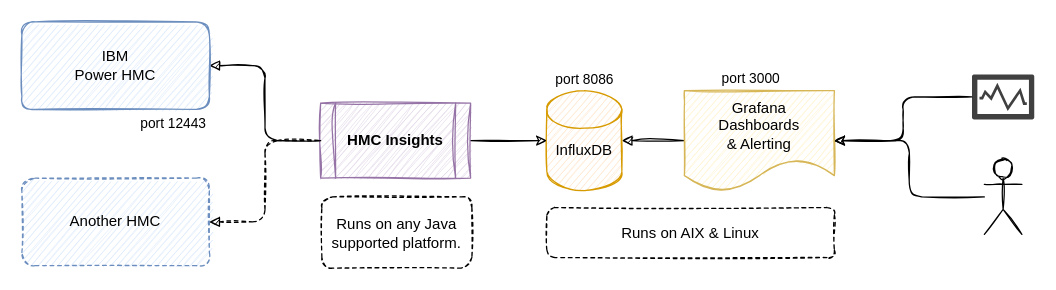
Before: doc/HMCi.drawio in mnellemann/hmci, a draw.io diagram. Source tidied: cells renumbered, new cells numbered last; positions are measured from the earlier drawing's top-left corner, leaving out a move shared by most shapes. Both pictures are drawn from the tidied source at 125%, with x=0, y=0 at pixel (21, 21).
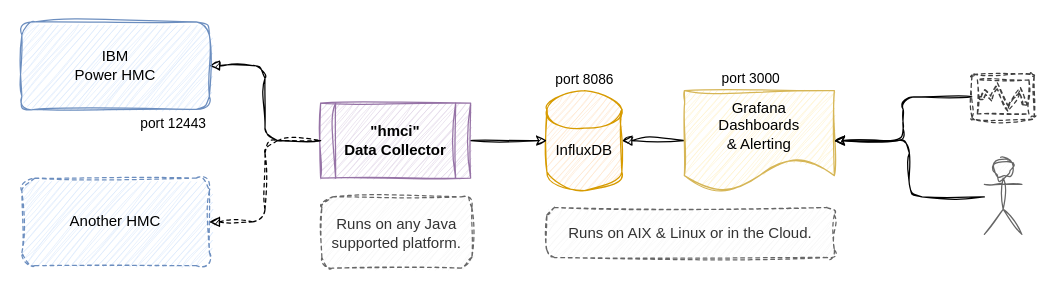
The same page after the edit.

What changed in the source:
```diff
@@
-<mxGraphModel>
+<mxGraphModel background="#FFFFFF">
@@
-    <mxCell id="2" style="edgeStyle=orthogonalEdgeStyle;rounded=1;jettySize=auto;html=1;sketch=1;endArrow=none;endFill=0;startArrow=block;startFill=1;" parent="1" edge="1" source="3" target="6">
+    <mxCell id="2" style="edgeStyle=orthogonalEdgeStyle;rounded=1;jettySize=auto;html=1;sketch=1;endArrow=none;endFill=0;startArrow=block;startFill=1;curveFitting=1;jiggle=2;strokeColor=#000000;" parent="1" edge="1" source="3" target="6">
       <mxGeometry relative="1" as="geometry" />
     </mxCell>
-    <mxCell id="3" value="&lt;br&gt;InfluxDB" style="shape=cylinder2;whiteSpace=wrap;html=1;boundedLbl=1;backgroundOutline=1;size=15;fillColor=#ffe6cc;strokeColor=#d79b00;sketch=1;" parent="1" vertex="1">
+    <mxCell id="3" value="&lt;br&gt;InfluxDB" style="shape=cylinder2;whiteSpace=wrap;html=1;boundedLbl=1;backgroundOutline=1;size=15;fillColor=#ffe6cc;strokeColor=#d79b00;sketch=1;curveFitting=1;jiggle=2;fontColor=#000000;" parent="1" vertex="1">
       <mxGeometry x="420" y="55" width="60" height="80" as="geometry" />
     </mxCell>
-    <mxCell id="4" style="edgeStyle=orthogonalEdgeStyle;rounded=1;jettySize=auto;html=1;sketch=1;" parent="1" edge="1" source="5" target="3">
+    <mxCell id="4" style="edgeStyle=orthogonalEdgeStyle;rounded=1;jettySize=auto;html=1;sketch=1;curveFitting=1;jiggle=2;strokeColor=#000000;" parent="1" edge="1" source="5" target="3">
       <mxGeometry relative="1" as="geometry" />
     </mxCell>
-    <mxCell id="5" value="&lt;div&gt;&lt;b&gt;HMC Insights&lt;/b&gt;&lt;/div&gt;" style="shape=process;whiteSpace=wrap;html=1;backgroundOutline=1;fillColor=#e1d5e7;strokeColor=#9673a6;shadow=0;glass=0;rounded=0;gradientColor=none;sketch=1;curveFitting=1;jiggle=2;labelBackgroundColor=none;labelBorderColor=none;" parent="1" vertex="1">
+    <mxCell id="5" value="&lt;div&gt;&lt;b&gt;&quot;hmci&quot;&lt;/b&gt;&lt;/div&gt;&lt;div&gt;&lt;b&gt;Data Collector&lt;/b&gt;&lt;/div&gt;" style="shape=process;whiteSpace=wrap;html=1;backgroundOutline=1;fillColor=#e1d5e7;strokeColor=#9673a6;shadow=0;glass=0;rounded=0;gradientColor=none;sketch=1;curveFitting=1;jiggle=2;labelBackgroundColor=none;labelBorderColor=none;fontColor=#000000;" parent="1" vertex="1">
       <mxGeometry x="239" y="65" width="120" height="60" as="geometry" />
     </mxCell>
-    <mxCell id="6" value="&lt;div&gt;Grafana&lt;/div&gt;&lt;div&gt;Dashboards&lt;/div&gt;&lt;div&gt;&amp;amp; Alerting&lt;br&gt;&lt;/div&gt;" style="shape=document;whiteSpace=wrap;html=1;boundedLbl=1;fillColor=#fff2cc;strokeColor=#d6b656;sketch=1;" parent="1" vertex="1">
+    <mxCell id="6" value="&lt;div&gt;Grafana&lt;/div&gt;&lt;div&gt;Dashboards&lt;/div&gt;&lt;div&gt;&amp;amp; Alerting&lt;br&gt;&lt;/div&gt;" style="shape=document;whiteSpace=wrap;html=1;boundedLbl=1;fillColor=#fff2cc;strokeColor=#d6b656;sketch=1;curveFitting=1;jiggle=2;fontColor=#000000;" parent="1" vertex="1">
       <mxGeometry x="530" y="55" width="120" height="80" as="geometry" />
     </mxCell>
-    <mxCell id="7" style="edgeStyle=orthogonalEdgeStyle;rounded=1;jettySize=auto;html=1;sketch=1;startArrow=block;startFill=1;endArrow=none;endFill=0;" parent="1" edge="1" source="9" target="5">
+    <mxCell id="7" style="edgeStyle=orthogonalEdgeStyle;rounded=1;jettySize=auto;html=1;sketch=1;startArrow=block;startFill=1;endArrow=none;endFill=0;curveFitting=1;jiggle=2;strokeColor=#000000;" parent="1" edge="1" source="9" target="5">
       <mxGeometry relative="1" as="geometry" />
     </mxCell>
-    <mxCell id="8" value="port 12443" style="edgeLabel;html=1;align=center;verticalAlign=middle;" parent="7" vertex="1">
+    <mxCell id="8" value="port 12443" style="edgeLabel;html=1;align=center;verticalAlign=middle;sketch=1;curveFitting=1;jiggle=2;fontColor=#000000;labelBackgroundColor=none;" parent="7" vertex="1">
       <mxGeometry x="-0.46" y="-3" relative="1" as="geometry">
         <mxPoint x="-70" y="42" as="offset" />
       </mxGeometry>
     </mxCell>
-    <mxCell id="9" value="&lt;div&gt;IBM&lt;br&gt;&lt;/div&gt;&lt;div&gt;Power HMC&lt;/div&gt;" style="rounded=1;whiteSpace=wrap;html=1;fillColor=#dae8fc;strokeColor=#6c8ebf;sketch=1;" parent="1" vertex="1">
+    <mxCell id="9" value="&lt;div&gt;IBM&lt;br&gt;&lt;/div&gt;&lt;div&gt;Power HMC&lt;/div&gt;" style="rounded=1;whiteSpace=wrap;html=1;fillColor=#dae8fc;strokeColor=#6c8ebf;sketch=1;curveFitting=1;jiggle=2;fontColor=#000000;" parent="1" vertex="1">
       <mxGeometry width="150" height="70" as="geometry" />
     </mxCell>
-    <mxCell id="10" style="edgeStyle=orthogonalEdgeStyle;rounded=1;jettySize=auto;html=1;dashed=1;sketch=1;startArrow=block;startFill=1;endArrow=none;endFill=0;" parent="1" edge="1" source="11" target="5">
+    <mxCell id="10" style="edgeStyle=orthogonalEdgeStyle;rounded=1;jettySize=auto;html=1;dashed=1;sketch=1;startArrow=block;startFill=1;endArrow=none;endFill=0;curveFitting=1;jiggle=2;strokeColor=#000000;" parent="1" edge="1" source="11" target="5">
       <mxGeometry relative="1" as="geometry" />
     </mxCell>
-    <mxCell id="11" value="&lt;div&gt;Another HMC&lt;/div&gt;" style="rounded=1;whiteSpace=wrap;html=1;strokeColor=#6c8ebf;dashed=1;fillColor=#dae8fc;sketch=1;" parent="1" vertex="1">
+    <mxCell id="11" value="&lt;div&gt;Another HMC&lt;/div&gt;" style="rounded=1;whiteSpace=wrap;html=1;strokeColor=#6c8ebf;dashed=1;fillColor=#dae8fc;sketch=1;curveFitting=1;jiggle=2;fontColor=#000000;" parent="1" vertex="1">
       <mxGeometry y="125" width="150" height="70" as="geometry" />
     </mxCell>
-    <mxCell id="12" value="Runs on AIX &amp;amp; Linux" style="rounded=1;whiteSpace=wrap;html=1;dashed=1;fillColor=#ffffff;gradientColor=none;sketch=1;" parent="1" vertex="1">
+    <mxCell id="12" value="Runs on AIX &amp;amp; Linux or in the Cloud." style="rounded=1;whiteSpace=wrap;html=1;dashed=1;sketch=1;curveFitting=1;jiggle=2;fillColor=#f5f5f5;fontColor=#333333;strokeColor=#666666;" parent="1" vertex="1">
       <mxGeometry x="420" y="148.5" width="230" height="40" as="geometry" />
     </mxCell>
-    <mxCell id="13" value="&lt;div&gt;&lt;span style=&quot;background-color: initial;&quot;&gt;Runs on any Java supported platform.&lt;/span&gt;&lt;br&gt;&lt;/div&gt;" style="rounded=1;whiteSpace=wrap;html=1;dashed=1;fillColor=#ffffff;gradientColor=none;sketch=1;" parent="1" vertex="1">
+    <mxCell id="13" value="&lt;div&gt;&lt;span style=&quot;background-color: initial;&quot;&gt;Runs on any Java supported platform.&lt;/span&gt;&lt;br&gt;&lt;/div&gt;" style="rounded=1;whiteSpace=wrap;html=1;dashed=1;sketch=1;curveFitting=1;jiggle=2;fillColor=#f5f5f5;fontColor=#333333;strokeColor=#666666;" parent="1" vertex="1">
       <mxGeometry x="240" y="140" width="120" height="57" as="geometry" />
     </mxCell>
-    <mxCell id="14" value="port 8086" style="edgeLabel;html=1;align=center;verticalAlign=middle;" parent="1" vertex="1">
+    <mxCell id="14" value="port 8086" style="edgeLabel;html=1;align=center;verticalAlign=middle;sketch=1;curveFitting=1;jiggle=2;labelBackgroundColor=none;fontColor=#000000;" parent="1" vertex="1">
       <mxGeometry x="446" y="28" as="geometry">
         <mxPoint x="3" y="17" as="offset" />
       </mxGeometry>
     </mxCell>
-    <mxCell id="15" value="port 3000" style="edgeLabel;html=1;align=center;verticalAlign=middle;" parent="1" vertex="1">
+    <mxCell id="15" value="port 3000" style="edgeLabel;html=1;align=center;verticalAlign=middle;sketch=1;curveFitting=1;jiggle=2;labelBackgroundColor=none;fontColor=#000000;" parent="1" vertex="1">
       <mxGeometry x="460" y="60" as="geometry">
         <mxPoint x="122" y="-16" as="offset" />
       </mxGeometry>
     </mxCell>
-    <mxCell id="16" style="edgeStyle=orthogonalEdgeStyle;rounded=1;jettySize=auto;html=1;startArrow=none;startFill=0;endArrow=classic;endFill=1;strokeColor=default;sketch=1;" parent="1" edge="1" source="17" target="6">
+    <mxCell id="16" style="edgeStyle=orthogonalEdgeStyle;rounded=1;jettySize=auto;html=1;startArrow=none;startFill=0;endArrow=classic;endFill=1;strokeColor=#000000;sketch=1;curveFitting=1;jiggle=2;" parent="1" edge="1" source="17" target="6">
       <mxGeometry relative="1" as="geometry" />
     </mxCell>
-    <mxCell id="17" style="shape=umlActor;verticalLabelPosition=bottom;verticalAlign=top;html=1;outlineConnect=0;sketch=1;" parent="1" vertex="1">
+    <mxCell id="17" style="shape=umlActor;verticalLabelPosition=bottom;verticalAlign=top;html=1;outlineConnect=0;sketch=1;curveFitting=1;jiggle=2;fillColor=#f5f5f5;fontColor=#333333;strokeColor=#666666;" parent="1" vertex="1">
       <mxGeometry x="770" y="110" width="30" height="60" as="geometry" />
     </mxCell>
-    <mxCell id="18" style="edgeStyle=orthogonalEdgeStyle;rounded=1;jettySize=auto;html=1;sketch=1;exitX=0;exitY=0.5;exitDx=0;exitDy=0;exitPerimeter=0;" parent="1" edge="1" source="19" target="6">
+    <mxCell id="18" style="edgeStyle=orthogonalEdgeStyle;rounded=1;jettySize=auto;html=1;sketch=1;exitX=0;exitY=0.5;exitDx=0;exitDy=0;exitPerimeter=0;curveFitting=1;jiggle=2;strokeColor=#000000;" parent="1" edge="1" source="19" target="6">
       <mxGeometry relative="1" as="geometry" />
     </mxCell>
-    <mxCell id="19" style="shadow=0;dashed=1;html=1;strokeColor=none;labelPosition=center;verticalLabelPosition=bottom;verticalAlign=top;align=center;fillColor=#000000;shape=mxgraph.mscae.enterprise.performance_monitor;gradientColor=none;strokeWidth=1;opacity=75;" parent="1" vertex="1">
+    <mxCell id="19" style="shadow=0;dashed=1;html=1;labelPosition=center;verticalLabelPosition=bottom;verticalAlign=top;align=center;shape=mxgraph.mscae.enterprise.performance_monitor;strokeWidth=1;opacity=75;sketch=1;curveFitting=1;jiggle=2;" parent="1" vertex="1">
       <mxGeometry x="760" y="42" width="50" height="36" as="geometry" />
     </mxCell>
```
